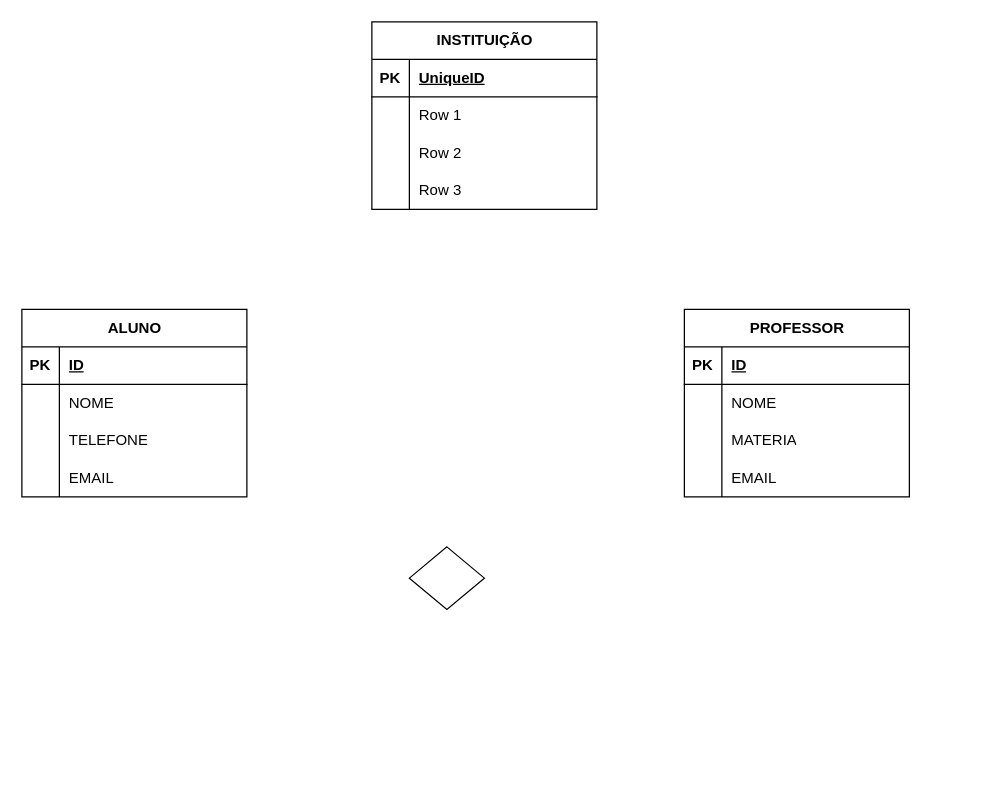
Earlier version of the draw.io diagram BD de uma escola.drawio (FirmoDev/projeto). Source tidied: cells renumbered, new cells numbered last; positions are measured from the earlier drawing's top-left corner, leaving out a move shared by most shapes. Both pictures are drawn from the tidied source at 125%, with x=0, y=0 at pixel (21, 21).
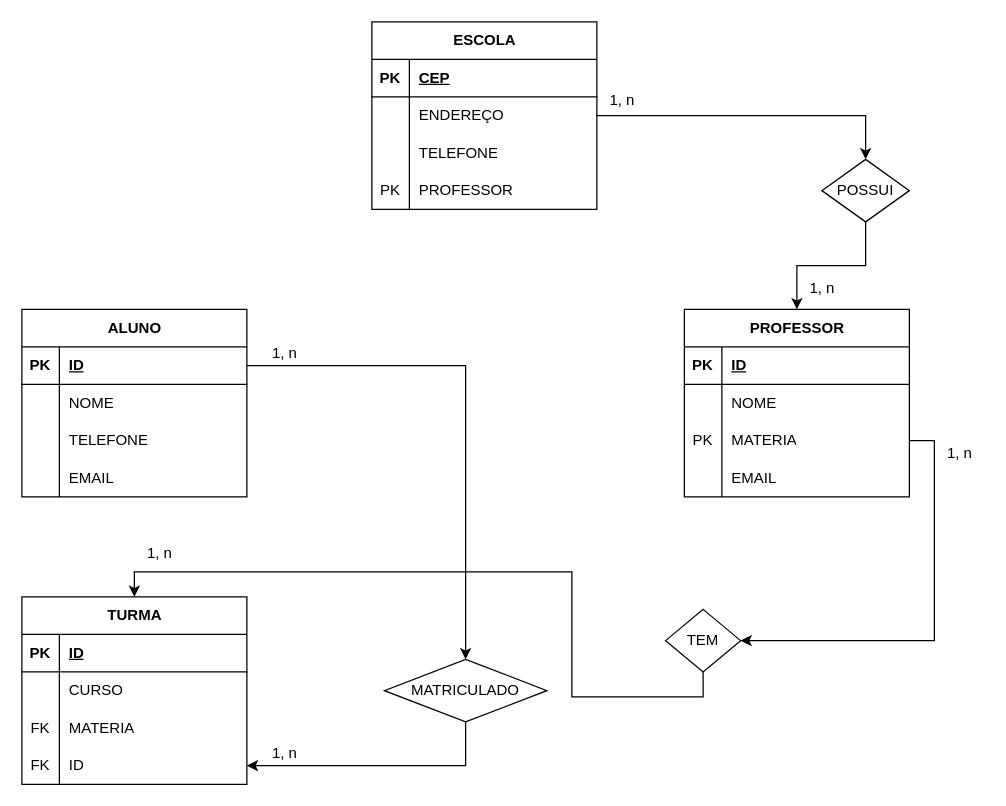
The same page after the edit.

Commit message:
atribuindo mais entidades

Unchanged cells that the change refers to:
```xml
<mxCell id="3" style="shape=tableRow;horizontal=0;startSize=0;swimlaneHead=0;swimlaneBody=0;fillColor=none;points=[[0,0.5],[1,0.5]];portConstraint=eastwest;top=0;left=0;right=0;bottom=1;" parent="2" vertex="1">
  <mxGeometry y="30" width="180" height="30" as="geometry" />
</mxCell>
<mxCell id="16" style="shape=tableRow;horizontal=0;startSize=0;swimlaneHead=0;swimlaneBody=0;fillColor=none;top=0;left=0;right=0;bottom=1;" parent="15" vertex="1">
  <mxGeometry y="30" width="180" height="30" as="geometry" />
</mxCell>
<mxCell id="19" style="shape=tableRow;horizontal=0;startSize=0;swimlaneHead=0;swimlaneBody=0;fillColor=none;points=[[0,0.5],[1,0.5]];portConstraint=eastwest;top=0;left=0;right=0;bottom=0;" parent="15" vertex="1">
  <mxGeometry y="60" width="180" height="30" as="geometry" />
</mxCell>
<mxCell id="22" style="shape=tableRow;horizontal=0;startSize=0;swimlaneHead=0;swimlaneBody=0;fillColor=none;top=0;left=0;right=0;bottom=0;" parent="15" vertex="1">
  <mxGeometry y="90" width="180" height="30" as="geometry" />
</mxCell>
<mxCell id="25" style="shape=tableRow;horizontal=0;startSize=0;swimlaneHead=0;swimlaneBody=0;fillColor=none;top=0;left=0;right=0;bottom=0;" parent="15" vertex="1">
  <mxGeometry y="120" width="180" height="30" as="geometry" />
</mxCell>
<mxCell id="28" value="PROFESSOR" style="shape=table;startSize=30;childLayout=tableLayout;rowLines=0;fontStyle=1;align=center;html=1;" parent="1" vertex="1">
  <mxGeometry x="530" y="230" width="180" height="150" as="geometry" />
</mxCell>
<mxCell id="35" style="shape=tableRow;horizontal=0;startSize=0;swimlaneHead=0;swimlaneBody=0;fillColor=none;points=[[0,0.5],[1,0.5]];portConstraint=eastwest;top=0;left=0;right=0;bottom=0;" parent="28" vertex="1">
  <mxGeometry y="90" width="180" height="30" as="geometry" />
</mxCell>
```

Change to the diagram source:
```diff
@@
-    <mxCell id="15" value="INSTITUIÇÃO" style="shape=table;startSize=30;childLayout=tableLayout;rowLines=0;fontStyle=1;align=center;html=1;" parent="1" vertex="1">
+    <mxCell id="15" value="ESCOLA" style="shape=table;startSize=30;childLayout=tableLayout;rowLines=0;fontStyle=1;align=center;html=1;" parent="1" vertex="1">
       <mxGeometry x="280" width="180" height="150" as="geometry" />
     </mxCell>
@@
-    <mxCell id="18" value="UniqueID" style="shape=partialRectangle;fillColor=none;top=0;left=0;bottom=0;right=0;align=left;spacingLeft=6;fontStyle=5;overflow=hidden;whiteSpace=wrap;html=1;" parent="16" vertex="1">
+    <mxCell id="18" value="CEP" style="shape=partialRectangle;fillColor=none;top=0;left=0;bottom=0;right=0;align=left;spacingLeft=6;fontStyle=5;overflow=hidden;whiteSpace=wrap;html=1;" parent="16" vertex="1">
       <mxGeometry x="30" width="150" height="30" as="geometry" />
     </mxCell>
@@
-    <mxCell id="21" value="Row 1" style="shape=partialRectangle;fillColor=none;top=0;left=0;bottom=0;right=0;align=left;spacingLeft=6;overflow=hidden;whiteSpace=wrap;html=1;" parent="19" vertex="1">
+    <mxCell id="21" value="ENDEREÇO" style="shape=partialRectangle;fillColor=none;top=0;left=0;bottom=0;right=0;align=left;spacingLeft=6;overflow=hidden;whiteSpace=wrap;html=1;" parent="19" vertex="1">
       <mxGeometry x="30" width="150" height="30" as="geometry" />
     </mxCell>
@@
-    <mxCell id="24" value="Row 2" style="shape=partialRectangle;fillColor=none;top=0;left=0;bottom=0;right=0;align=left;spacingLeft=6;overflow=hidden;whiteSpace=wrap;html=1;" parent="22" vertex="1">
+    <mxCell id="24" value="TELEFONE" style="shape=partialRectangle;fillColor=none;top=0;left=0;bottom=0;right=0;align=left;spacingLeft=6;overflow=hidden;whiteSpace=wrap;html=1;" parent="22" vertex="1">
       <mxGeometry x="30" width="150" height="30" as="geometry" />
     </mxCell>
@@
-    <mxCell id="26" style="shape=partialRectangle;fillColor=none;top=0;left=0;bottom=0;right=0;overflow=hidden;whiteSpace=wrap;html=1;" parent="25" vertex="1">
+    <mxCell id="26" value="PK" style="shape=partialRectangle;fillColor=none;top=0;left=0;bottom=0;right=0;overflow=hidden;whiteSpace=wrap;html=1;" parent="25" vertex="1">
       <mxGeometry width="30" height="30" as="geometry" />
     </mxCell>
-    <mxCell id="27" value="Row 3" style="shape=partialRectangle;fillColor=none;top=0;left=0;bottom=0;right=0;align=left;spacingLeft=6;overflow=hidden;whiteSpace=wrap;html=1;" parent="25" vertex="1">
+    <mxCell id="27" value="PROFESSOR" style="shape=partialRectangle;fillColor=none;top=0;left=0;bottom=0;right=0;align=left;spacingLeft=6;overflow=hidden;whiteSpace=wrap;html=1;" parent="25" vertex="1">
       <mxGeometry x="30" width="150" height="30" as="geometry" />
     </mxCell>
@@
-    <mxCell id="36" style="shape=partialRectangle;fillColor=none;top=0;left=0;bottom=0;right=0;overflow=hidden;whiteSpace=wrap;html=1;" parent="35" vertex="1">
+    <mxCell id="36" value="PK" style="shape=partialRectangle;fillColor=none;top=0;left=0;bottom=0;right=0;overflow=hidden;whiteSpace=wrap;html=1;" parent="35" vertex="1">
       <mxGeometry width="30" height="30" as="geometry" />
     </mxCell>
@@
+    <mxCell id="42" style="edgeStyle=orthogonalEdgeStyle;rounded=0;jettySize=auto;html=1;exitX=0.5;exitY=1;exitDx=0;exitDy=0;entryX=1;entryY=0.5;entryDx=0;entryDy=0;" parent="1" edge="1" source="41" target="53">
+      <mxGeometry relative="1" as="geometry" />
+    </mxCell>
-    <mxCell id="41" style="shape=rhombus;html=1;dashed=0;whiteSpace=wrap;perimeter=rhombusPerimeter;" parent="1" vertex="1">
-      <mxGeometry x="310" y="420" width="60" height="50" as="geometry" />
+    <mxCell id="41" value="MATRICULADO" style="shape=rhombus;html=1;dashed=0;whiteSpace=wrap;perimeter=rhombusPerimeter;" parent="1" vertex="1">
+      <mxGeometry x="290" y="510" width="130" height="50" as="geometry" />
     </mxCell>
+    <mxCell id="43" value="TURMA" style="shape=table;startSize=30;childLayout=tableLayout;rowLines=0;fontStyle=1;align=center;html=1;" parent="1" vertex="1">
+      <mxGeometry y="460" width="180" height="150" as="geometry" />
+    </mxCell>
+    <mxCell id="44" style="shape=tableRow;horizontal=0;startSize=0;swimlaneHead=0;swimlaneBody=0;fillColor=none;top=0;left=0;right=0;bottom=1;" parent="43" vertex="1">
+      <mxGeometry y="30" width="180" height="30" as="geometry" />
+    </mxCell>
+    <mxCell id="45" value="PK" style="shape=partialRectangle;fillColor=none;top=0;left=0;bottom=0;right=0;fontStyle=1;overflow=hidden;whiteSpace=wrap;html=1;" parent="44" vertex="1">
+      <mxGeometry width="30" height="30" as="geometry" />
+    </mxCell>
+    <mxCell id="46" value="ID" style="shape=partialRectangle;fillColor=none;top=0;left=0;bottom=0;right=0;align=left;spacingLeft=6;fontStyle=5;overflow=hidden;whiteSpace=wrap;html=1;" parent="44" vertex="1">
+      <mxGeometry x="30" width="150" height="30" as="geometry" />
+    </mxCell>
+    <mxCell id="47" style="shape=tableRow;horizontal=0;startSize=0;swimlaneHead=0;swimlaneBody=0;fillColor=none;top=0;left=0;right=0;bottom=0;" parent="43" vertex="1">
+      <mxGeometry y="60" width="180" height="30" as="geometry" />
+    </mxCell>
+    <mxCell id="48" style="shape=partialRectangle;fillColor=none;top=0;left=0;bottom=0;right=0;overflow=hidden;whiteSpace=wrap;html=1;" parent="47" vertex="1">
+      <mxGeometry width="30" height="30" as="geometry" />
+    </mxCell>
+    <mxCell id="49" value="CURSO" style="shape=partialRectangle;fillColor=none;top=0;left=0;bottom=0;right=0;align=left;spacingLeft=6;overflow=hidden;whiteSpace=wrap;html=1;" parent="47" vertex="1">
+      <mxGeometry x="30" width="150" height="30" as="geometry" />
+    </mxCell>
+    <mxCell id="50" style="shape=tableRow;horizontal=0;startSize=0;swimlaneHead=0;swimlaneBody=0;fillColor=none;top=0;left=0;right=0;bottom=0;" parent="43" vertex="1">
+      <mxGeometry y="90" width="180" height="30" as="geometry" />
+    </mxCell>
+    <mxCell id="51" value="FK" style="shape=partialRectangle;fillColor=none;top=0;left=0;bottom=0;right=0;overflow=hidden;whiteSpace=wrap;html=1;" parent="50" vertex="1">
+      <mxGeometry width="30" height="30" as="geometry" />
+    </mxCell>
+    <mxCell id="52" value="MATERIA" style="shape=partialRectangle;fillColor=none;top=0;left=0;bottom=0;right=0;align=left;spacingLeft=6;overflow=hidden;whiteSpace=wrap;html=1;" parent="50" vertex="1">
+      <mxGeometry x="30" width="150" height="30" as="geometry" />
+    </mxCell>
+    <mxCell id="53" style="shape=tableRow;horizontal=0;startSize=0;swimlaneHead=0;swimlaneBody=0;fillColor=none;points=[[0,0.5],[1,0.5]];portConstraint=eastwest;top=0;left=0;right=0;bottom=0;" parent="43" vertex="1">
+      <mxGeometry y="120" width="180" height="30" as="geometry" />
+    </mxCell>
+    <mxCell id="54" value="FK" style="shape=partialRectangle;fillColor=none;top=0;left=0;bottom=0;right=0;overflow=hidden;whiteSpace=wrap;html=1;" parent="53" vertex="1">
+      <mxGeometry width="30" height="30" as="geometry" />
+    </mxCell>
+    <mxCell id="55" value="ID" style="shape=partialRectangle;fillColor=none;top=0;left=0;bottom=0;right=0;align=left;spacingLeft=6;overflow=hidden;whiteSpace=wrap;html=1;" parent="53" vertex="1">
+      <mxGeometry x="30" width="150" height="30" as="geometry" />
+    </mxCell>
+    <mxCell id="56" style="edgeStyle=orthogonalEdgeStyle;rounded=0;jettySize=auto;html=1;exitX=1;exitY=0.5;exitDx=0;exitDy=0;entryX=0.5;entryY=0;entryDx=0;entryDy=0;" parent="1" edge="1" source="3" target="41">
+      <mxGeometry relative="1" as="geometry" />
+    </mxCell>
+    <mxCell id="57" value="1, n" style="text;html=1;align=center;verticalAlign=middle;strokeColor=none;fillColor=none;" parent="1" vertex="1">
+      <mxGeometry x="190" y="250" width="40" height="30" as="geometry" />
+    </mxCell>
+    <mxCell id="58" value="1, n" style="text;html=1;align=center;verticalAlign=middle;strokeColor=none;fillColor=none;" parent="1" vertex="1">
+      <mxGeometry x="190" y="570" width="40" height="30" as="geometry" />
+    </mxCell>
+    <mxCell id="59" style="edgeStyle=orthogonalEdgeStyle;rounded=0;jettySize=auto;html=1;exitX=0.5;exitY=1;exitDx=0;exitDy=0;entryX=0.5;entryY=0;entryDx=0;entryDy=0;" parent="1" edge="1" source="60" target="28">
+      <mxGeometry relative="1" as="geometry" />
+    </mxCell>
+    <mxCell id="60" value="POSSUI" style="shape=rhombus;html=1;dashed=0;whiteSpace=wrap;perimeter=rhombusPerimeter;" parent="1" vertex="1">
+      <mxGeometry x="640" y="110" width="70" height="50" as="geometry" />
+    </mxCell>
+    <mxCell id="61" style="edgeStyle=orthogonalEdgeStyle;rounded=0;jettySize=auto;html=1;entryX=0.5;entryY=0;entryDx=0;entryDy=0;" parent="1" edge="1" source="19" target="60">
+      <mxGeometry relative="1" as="geometry" />
+    </mxCell>
+    <mxCell id="62" value="1, n" style="text;html=1;align=center;verticalAlign=middle;strokeColor=none;fillColor=none;" parent="1" vertex="1">
+      <mxGeometry x="460" y="48" width="40" height="30" as="geometry" />
+    </mxCell>
+    <mxCell id="63" value="1, n" style="text;html=1;align=center;verticalAlign=middle;strokeColor=none;fillColor=none;" parent="1" vertex="1">
+      <mxGeometry x="620" y="198" width="40" height="30" as="geometry" />
+    </mxCell>
+    <mxCell id="64" style="edgeStyle=orthogonalEdgeStyle;rounded=0;jettySize=auto;html=1;exitX=0.5;exitY=1;exitDx=0;exitDy=0;entryX=0.5;entryY=0;entryDx=0;entryDy=0;" parent="1" edge="1" source="65" target="43">
+      <mxGeometry relative="1" as="geometry">
+        <Array as="points">
+          <mxPoint x="545" y="540" />
+          <mxPoint x="440" y="540" />
+          <mxPoint x="440" y="440" />
+          <mxPoint x="90" y="440" />
+        </Array>
+      </mxGeometry>
+    </mxCell>
+    <mxCell id="65" value="TEM" style="shape=rhombus;html=1;dashed=0;whiteSpace=wrap;perimeter=rhombusPerimeter;" parent="1" vertex="1">
+      <mxGeometry x="515" y="470" width="60" height="50" as="geometry" />
+    </mxCell>
+    <mxCell id="66" value="1, n" style="text;html=1;align=center;verticalAlign=middle;strokeColor=none;fillColor=none;" parent="1" vertex="1">
+      <mxGeometry x="730" y="330" width="40" height="30" as="geometry" />
+    </mxCell>
+    <mxCell id="67" style="edgeStyle=orthogonalEdgeStyle;rounded=0;jettySize=auto;html=1;exitX=1;exitY=0.5;exitDx=0;exitDy=0;entryX=1;entryY=0.5;entryDx=0;entryDy=0;" parent="1" edge="1" source="35" target="65">
+      <mxGeometry relative="1" as="geometry" />
+    </mxCell>
+    <mxCell id="68" value="1, n" style="text;html=1;align=center;verticalAlign=middle;strokeColor=none;fillColor=none;" parent="1" vertex="1">
+      <mxGeometry x="90" y="410" width="40" height="30" as="geometry" />
+    </mxCell>
```
